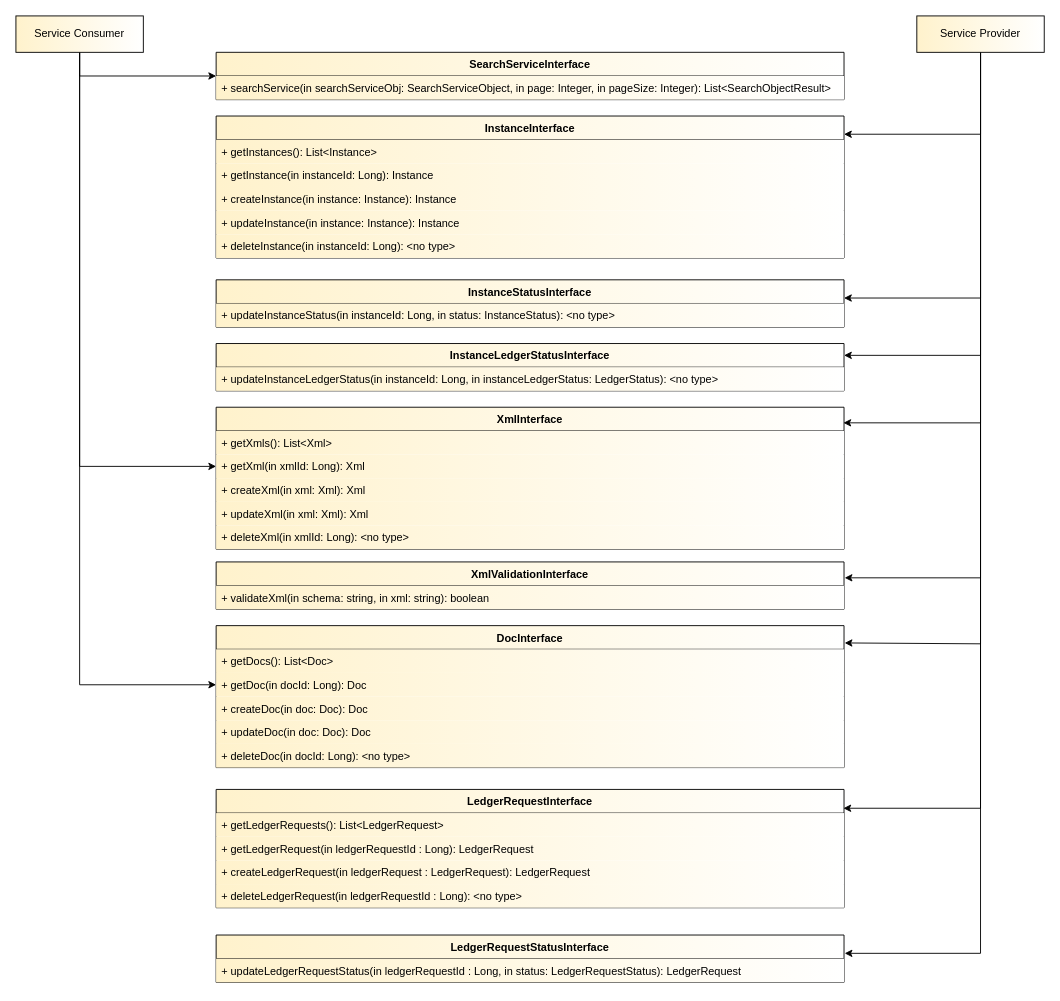
Earlier version of the draw.io diagram materials/src/interfacedefinitions.drawio (maritimeconnectivity/g1128-msr-service-specification). Source tidied: cells renumbered, new cells numbered last; positions are measured from the earlier drawing's top-left corner, leaving out a move shared by most shapes. Both pictures are drawn from the tidied source at 91%, with x=0, y=0 at pixel (15, 15).
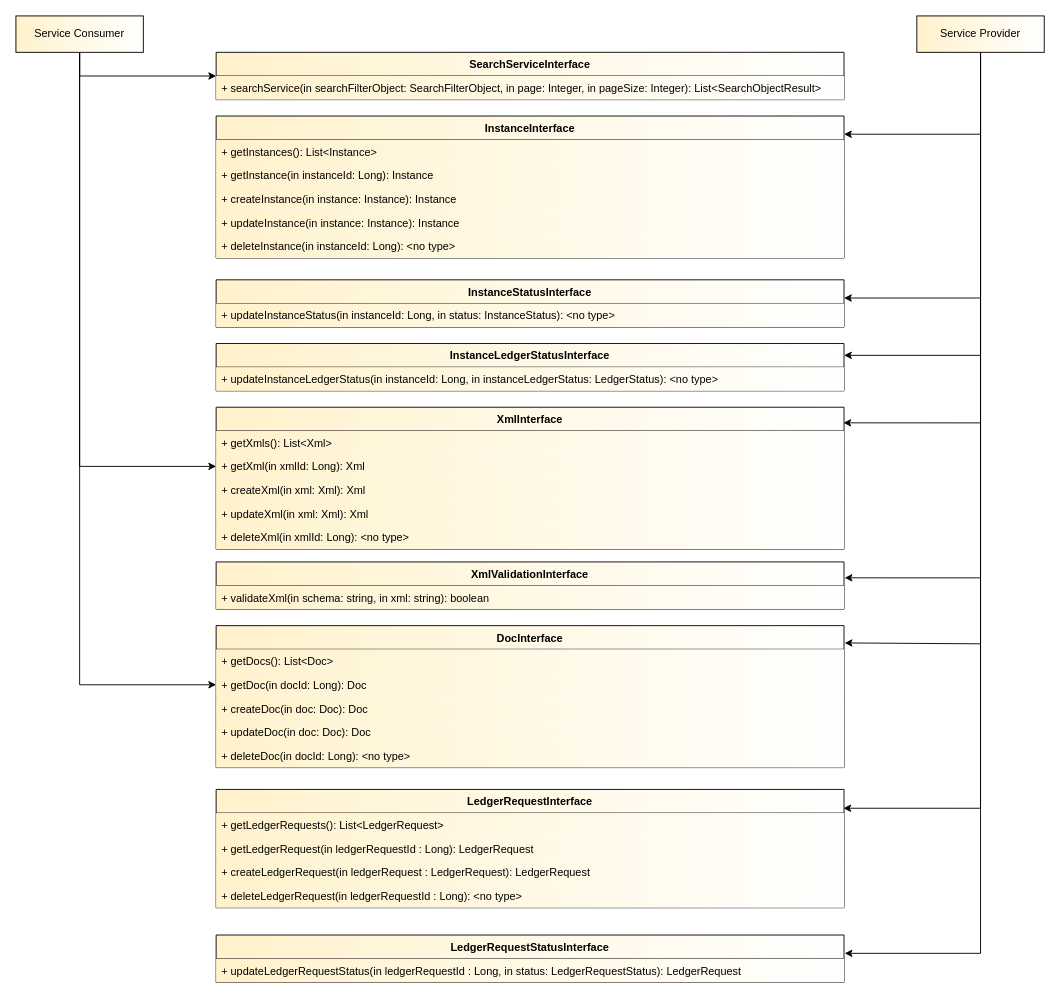
Above is the later version.

Unchanged cells that the change refers to:
```xml
<mxCell id="20" value="SearchServiceInterface" style="swimlane;fontStyle=1;align=center;verticalAlign=top;horizontal=1;startSize=26;rounded=0;glass=0;fillColor=#fff2cc;gradientDirection=east;strokeColor=#000000;gradientColor=#ffffff;" parent="1" vertex="1">
  <mxGeometry x="220" y="40" width="690" height="52" as="geometry" />
</mxCell>
```

The edit, as a diff of the source:
```diff
@@
-    <mxCell id="21" value="+ searchService(in searchServiceObj: SearchServiceObject, in page: Integer, in pageSize: Integer): List&lt;SearchObjectResult&gt;" style="text;strokeColor=none;fillColor=#fff2cc;align=left;verticalAlign=top;spacingLeft=4;spacingRight=4;overflow=hidden;rounded=0;glass=0;gradientColor=#ffffff;gradientDirection=east;strokeWidth=1;" parent="20" vertex="1">
+    <mxCell id="21" value="+ searchService(in searchFilterObject: SearchFilterObject, in page: Integer, in pageSize: Integer): List&lt;SearchObjectResult&gt;" style="text;strokeColor=none;fillColor=#fff2cc;align=left;verticalAlign=top;spacingLeft=4;spacingRight=4;overflow=hidden;rounded=0;glass=0;gradientColor=#ffffff;gradientDirection=east;strokeWidth=1;" parent="20" vertex="1">
       <mxGeometry y="26" width="690" height="26" as="geometry" />
     </mxCell>
```
